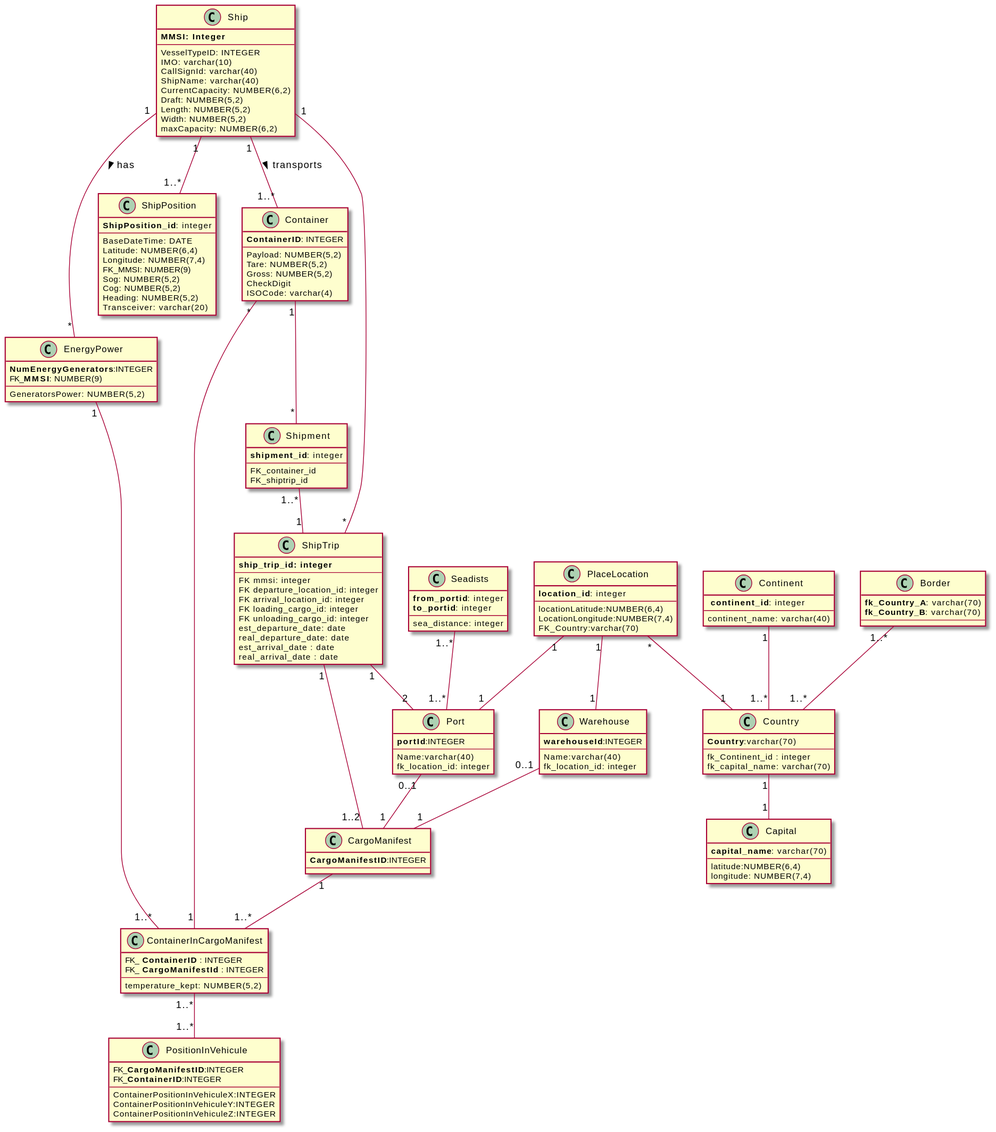
ana-albergaria/LAPR3-ISEP keeps this PlantUML diagram as docs/Sprint 3/DataModel/Data_Model_Physical.svg. Above is the earlier version.
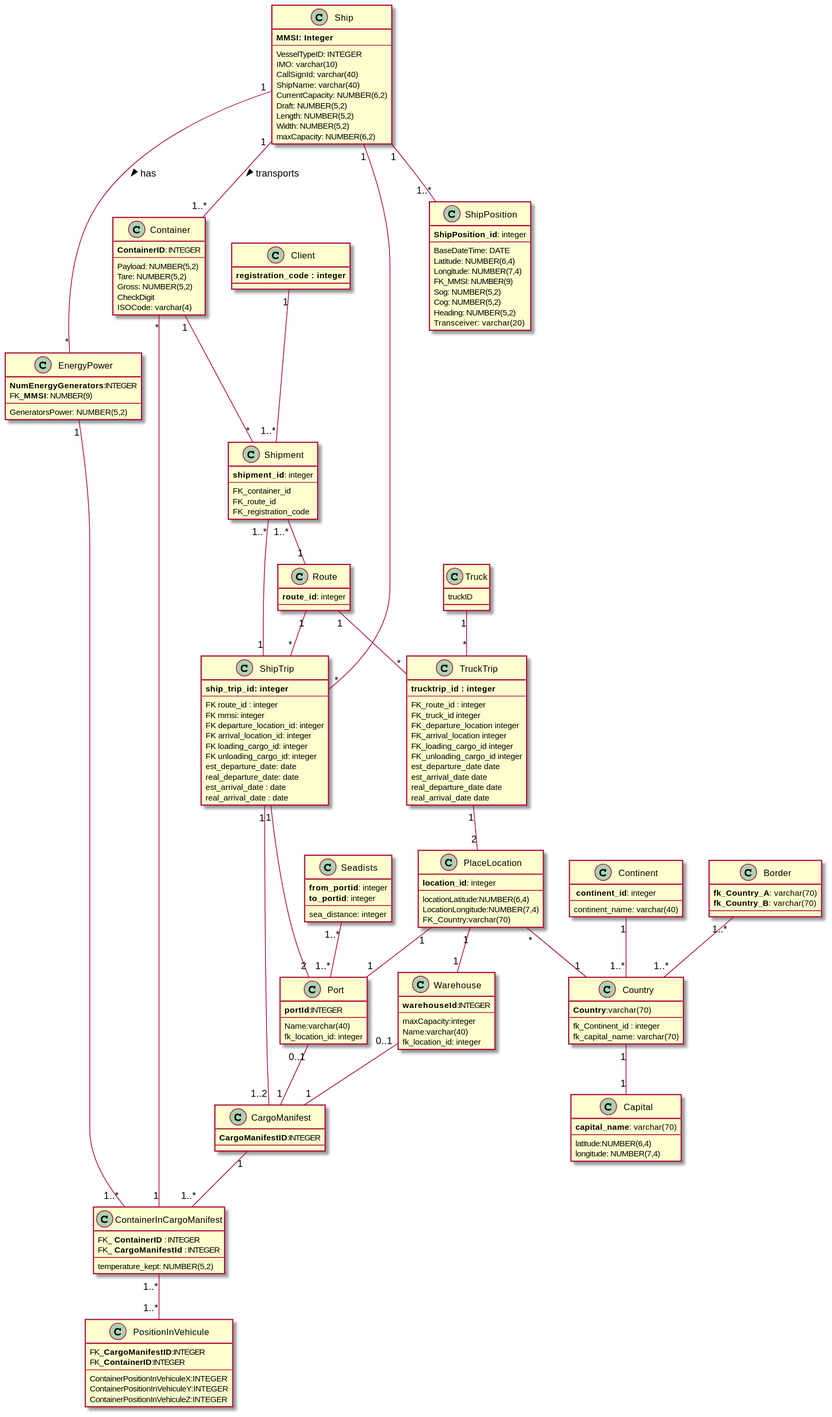
The same diagram one commit later.

Commit message:
G54-166 #time 1h #comment US312 - Doing functions and updating Physical Data Model

The edit, as a diff of the source:
```diff
@@ -19,6 +19,7 @@
 class ShipTrip{
     **ship_trip_id: integer**
     ---
+    FK route_id : integer
     FK mmsi: integer
     FK departure_location_id: integer
     FK arrival_location_id: integer
@@ -94,6 +95,7 @@
 class Warehouse {
     **warehouseId**:INTEGER
     ---
+    maxCapacity:integer
     Name:varchar(40)
     fk_location_id: integer
 }
@@ -131,7 +133,13 @@
     **shipment_id**: integer
     --
     FK_container_id
-    FK_shiptrip_id
+    FK_route_id
+    FK_registration_code
+}
+
+class Route{
+    **route_id**: integer
+    --
 }
 
 class Border{
@@ -148,7 +156,28 @@
 }
 
 
+class Truck{
+    truckID
+}
 
+class Client {
+    **registration_code : integer**
+}
+
+class TruckTrip {
+    **trucktrip_id : integer**
+    --
+    FK_route_id : integer
+    FK_truck_id integer
+    FK_departure_location integer
+    FK_arrival_location integer
+    FK_loading_cargo_id integer
+    FK_unloading_cargo_id integer
+    est_departure_date date
+    est_arrival_date date
+    real_departure_date date
+    real_arrival_date date
+}
 
 
 
@@ -175,6 +204,12 @@
 Border "1..*" -- "1..*" Country
 Country "1" -- "1" Capital
 Seadists "1..*" -- "1..*" Port
+Shipment "1..*" -- "1" Route
+Route "1" -- "*" ShipTrip
+Route "1" -- "*" TruckTrip
+Client "1" -- "1..*" Shipment
 
+Truck "1" -- "*" TruckTrip
+TruckTrip "1" -- "2" PlaceLocation
 
 @enduml
```
